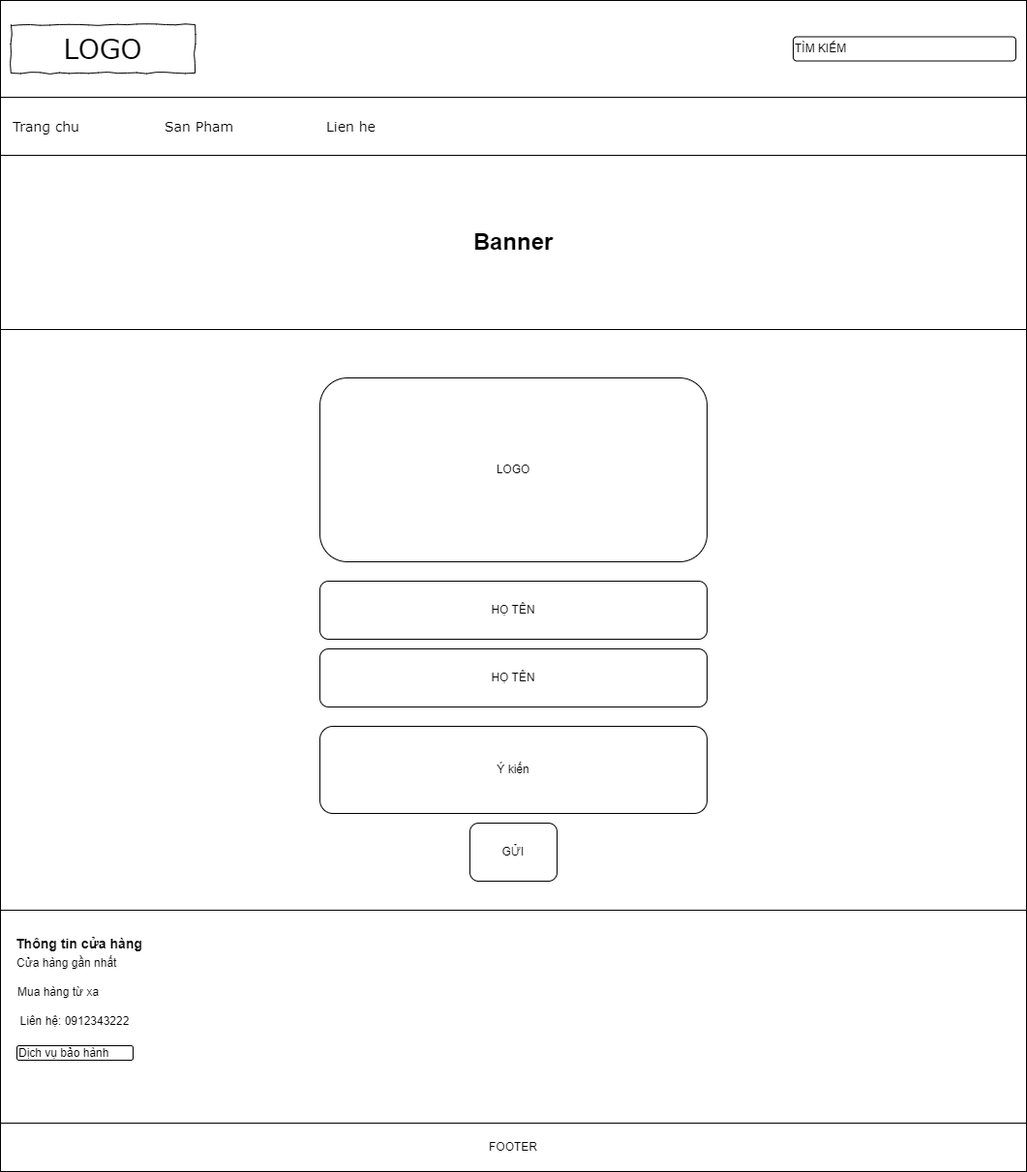
Earlier version of the draw.io export img/Lien he IPAD.png (NguyenHocPH36330/Web106_HocNC). Source tidied: cells renumbered, new cells last; positions are measured from the earlier drawing's top-left corner, leaving out a move shared by most shapes.
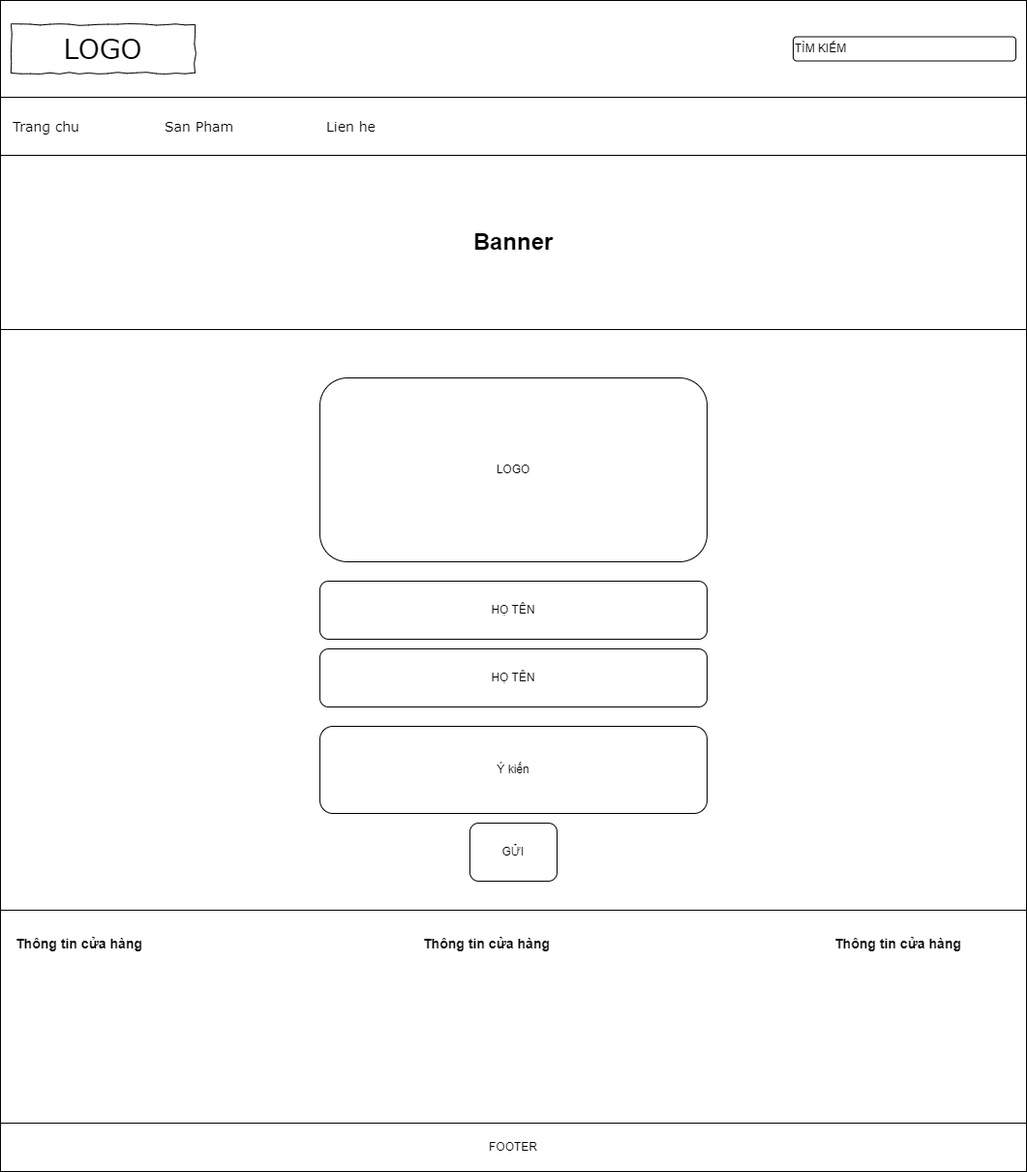
Later version of the same file.

Change to the diagram source:
```diff
@@ -53,17 +53,11 @@
     <mxCell id="18" value="FOOTER" style="rounded=0;whiteSpace=wrap;html=1;" parent="1" vertex="1">
       <mxGeometry y="1160" width="1060" height="50" as="geometry" />
     </mxCell>
-    <mxCell id="19" value="Cửa hàng gần nhất" style="text;html=1;strokeColor=none;fillColor=none;align=left;verticalAlign=middle;whiteSpace=wrap;rounded=0;" parent="1" vertex="1">
-      <mxGeometry x="15" y="980" width="138" height="30" as="geometry" />
-    </mxCell>
-    <mxCell id="20" value="Mua hàng từ xa" style="text;html=1;strokeColor=none;fillColor=none;align=left;verticalAlign=middle;whiteSpace=wrap;rounded=0;" parent="1" vertex="1">
-      <mxGeometry x="16" y="1010" width="138" height="30" as="geometry" />
-    </mxCell>
-    <mxCell id="21" value="Liên hệ: 0912343222" style="text;html=1;strokeColor=none;fillColor=none;align=center;verticalAlign=middle;whiteSpace=wrap;rounded=0;" parent="1" vertex="1">
-      <mxGeometry x="11" y="1040" width="132" height="30" as="geometry" />
-    </mxCell>
-    <mxCell id="22" value="Dịch vụ bảo hành" style="rounded=1;whiteSpace=wrap;html=1;align=left;" parent="1" vertex="1">
-      <mxGeometry x="17" y="1080" width="120" height="15" as="geometry" />
-    </mxCell>
+    <mxCell id="23" value="&lt;h3&gt;Thông tin cửa hàng&lt;/h3&gt;" style="text;html=1;strokeColor=none;fillColor=none;align=left;verticalAlign=middle;whiteSpace=wrap;rounded=0;" parent="1" vertex="1">
+      <mxGeometry x="435" y="960" width="140" height="30" as="geometry" />
+    </mxCell>
+    <mxCell id="24" value="&lt;h3&gt;Thông tin cửa hàng&lt;/h3&gt;" style="text;html=1;strokeColor=none;fillColor=none;align=left;verticalAlign=middle;whiteSpace=wrap;rounded=0;" parent="1" vertex="1">
+      <mxGeometry x="860" y="960" width="140" height="30" as="geometry" />
+    </mxCell>
   </root>
 </mxGraphModel>
```
